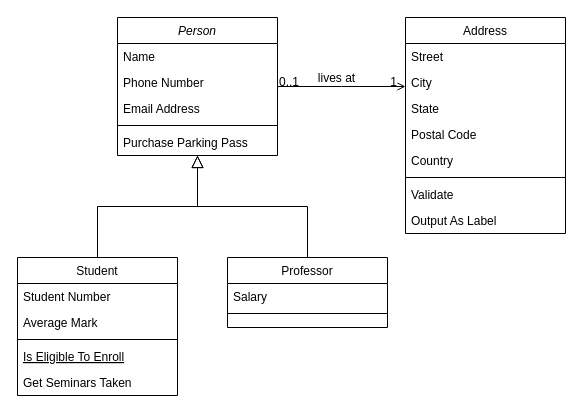
This is Class diagram.drawio from oneoneteam/perpus-digital, a draw.io file, before an edit. Source tidied: cells renumbered, new cells numbered last; positions are measured from the earlier drawing's top-left corner, leaving out a move shared by most shapes. Both pictures are drawn from the tidied source at 100%, with x=0, y=0 at pixel (17, 17).
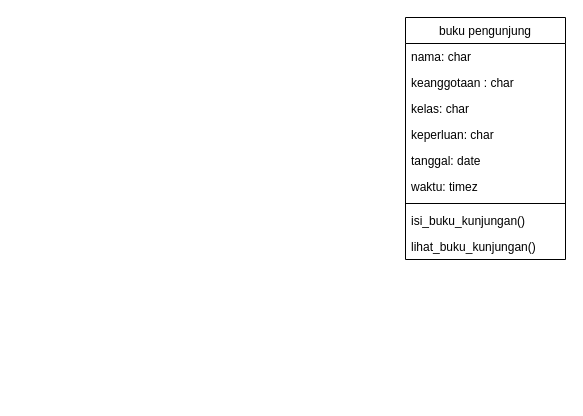
The same diagram, later.

Commit message:
membuat  use diagramdrawio

What changed in the source:
```diff
@@
-    <mxCell id="2" value="Person" style="swimlane;fontStyle=2;align=center;verticalAlign=top;horizontal=1;startSize=26;rounded=0;shadow=0;strokeWidth=1;" parent="1" vertex="1">
-      <mxGeometry x="100" width="160" height="138" as="geometry" />
-    </mxCell>
-    <mxCell id="3" value="Name" style="text;align=left;verticalAlign=top;spacingLeft=4;spacingRight=4;overflow=hidden;" parent="2" vertex="1">
-      <mxGeometry y="26" width="160" height="26" as="geometry" />
-    </mxCell>
-    <mxCell id="4" value="Phone Number" style="text;align=left;verticalAlign=top;spacingLeft=4;spacingRight=4;overflow=hidden;rounded=0;shadow=0;html=0;" parent="2" vertex="1">
-      <mxGeometry y="52" width="160" height="26" as="geometry" />
-    </mxCell>
-    <mxCell id="5" value="Email Address" style="text;align=left;verticalAlign=top;spacingLeft=4;spacingRight=4;overflow=hidden;rounded=0;shadow=0;html=0;" parent="2" vertex="1">
-      <mxGeometry y="78" width="160" height="26" as="geometry" />
-    </mxCell>
-    <mxCell id="6" style="line;html=1;strokeWidth=1;align=left;verticalAlign=middle;spacingTop=-1;spacingLeft=3;spacingRight=3;labelPosition=right;" parent="2" vertex="1">
-      <mxGeometry y="104" width="160" height="8" as="geometry" />
-    </mxCell>
-    <mxCell id="7" value="Purchase Parking Pass" style="text;align=left;verticalAlign=top;spacingLeft=4;spacingRight=4;overflow=hidden;" parent="2" vertex="1">
-      <mxGeometry y="112" width="160" height="26" as="geometry" />
-    </mxCell>
-    <mxCell id="8" value="Student" style="swimlane;fontStyle=0;align=center;verticalAlign=top;horizontal=1;startSize=26;rounded=0;shadow=0;strokeWidth=1;" parent="1" vertex="1">
-      <mxGeometry y="240" width="160" height="138" as="geometry" />
-    </mxCell>
-    <mxCell id="9" value="Student Number" style="text;align=left;verticalAlign=top;spacingLeft=4;spacingRight=4;overflow=hidden;" parent="8" vertex="1">
-      <mxGeometry y="26" width="160" height="26" as="geometry" />
-    </mxCell>
-    <mxCell id="10" value="Average Mark" style="text;align=left;verticalAlign=top;spacingLeft=4;spacingRight=4;overflow=hidden;rounded=0;shadow=0;html=0;" parent="8" vertex="1">
-      <mxGeometry y="52" width="160" height="26" as="geometry" />
-    </mxCell>
-    <mxCell id="11" style="line;html=1;strokeWidth=1;align=left;verticalAlign=middle;spacingTop=-1;spacingLeft=3;spacingRight=3;labelPosition=right;" parent="8" vertex="1">
-      <mxGeometry y="78" width="160" height="8" as="geometry" />
-    </mxCell>
-    <mxCell id="12" value="Is Eligible To Enroll" style="text;align=left;verticalAlign=top;spacingLeft=4;spacingRight=4;overflow=hidden;fontStyle=4;" parent="8" vertex="1">
-      <mxGeometry y="86" width="160" height="26" as="geometry" />
-    </mxCell>
-    <mxCell id="13" value="Get Seminars Taken" style="text;align=left;verticalAlign=top;spacingLeft=4;spacingRight=4;overflow=hidden;" parent="8" vertex="1">
-      <mxGeometry y="112" width="160" height="26" as="geometry" />
-    </mxCell>
-    <mxCell id="14" style="endArrow=block;endSize=10;endFill=0;shadow=0;strokeWidth=1;rounded=0;edgeStyle=elbowEdgeStyle;elbow=vertical;" parent="1" edge="1" source="8" target="2">
-      <mxGeometry relative="1" as="geometry" />
-    </mxCell>
-    <mxCell id="15" value="Professor" style="swimlane;fontStyle=0;align=center;verticalAlign=top;horizontal=1;startSize=26;rounded=0;shadow=0;strokeWidth=1;" parent="1" vertex="1">
-      <mxGeometry x="210" y="240" width="160" height="70" as="geometry" />
-    </mxCell>
-    <mxCell id="16" value="Salary" style="text;align=left;verticalAlign=top;spacingLeft=4;spacingRight=4;overflow=hidden;" parent="15" vertex="1">
-      <mxGeometry y="26" width="160" height="26" as="geometry" />
-    </mxCell>
-    <mxCell id="17" style="line;html=1;strokeWidth=1;align=left;verticalAlign=middle;spacingTop=-1;spacingLeft=3;spacingRight=3;labelPosition=right;" parent="15" vertex="1">
-      <mxGeometry y="52" width="160" height="8" as="geometry" />
-    </mxCell>
-    <mxCell id="18" style="endArrow=block;endSize=10;endFill=0;shadow=0;strokeWidth=1;rounded=0;edgeStyle=elbowEdgeStyle;elbow=vertical;" parent="1" edge="1" source="15" target="2">
-      <mxGeometry relative="1" as="geometry" />
-    </mxCell>
-    <mxCell id="19" value="Address" style="swimlane;fontStyle=0;align=center;verticalAlign=top;horizontal=1;startSize=26;rounded=0;shadow=0;strokeWidth=1;" parent="1" vertex="1">
-      <mxGeometry x="388" width="160" height="216" as="geometry" />
+    <mxCell id="19" value="buku pengunjung&#10;" style="swimlane;fontStyle=0;align=center;verticalAlign=top;horizontal=1;startSize=26;rounded=0;shadow=0;strokeWidth=1;" parent="1" vertex="1">
+      <mxGeometry x="388" width="160" height="242" as="geometry" />
     </mxCell>
-    <mxCell id="20" value="Street" style="text;align=left;verticalAlign=top;spacingLeft=4;spacingRight=4;overflow=hidden;" parent="19" vertex="1">
+    <mxCell id="20" value="nama: char" style="text;align=left;verticalAlign=top;spacingLeft=4;spacingRight=4;overflow=hidden;" parent="19" vertex="1">
       <mxGeometry y="26" width="160" height="26" as="geometry" />
     </mxCell>
-    <mxCell id="21" value="City" style="text;align=left;verticalAlign=top;spacingLeft=4;spacingRight=4;overflow=hidden;rounded=0;shadow=0;html=0;" parent="19" vertex="1">
+    <mxCell id="21" value="keanggotaan : char" style="text;align=left;verticalAlign=top;spacingLeft=4;spacingRight=4;overflow=hidden;rounded=0;shadow=0;html=0;" parent="19" vertex="1">
       <mxGeometry y="52" width="160" height="26" as="geometry" />
     </mxCell>
-    <mxCell id="22" value="State" style="text;align=left;verticalAlign=top;spacingLeft=4;spacingRight=4;overflow=hidden;rounded=0;shadow=0;html=0;" parent="19" vertex="1">
+    <mxCell id="22" value="kelas: char" style="text;align=left;verticalAlign=top;spacingLeft=4;spacingRight=4;overflow=hidden;rounded=0;shadow=0;html=0;" parent="19" vertex="1">
       <mxGeometry y="78" width="160" height="26" as="geometry" />
     </mxCell>
-    <mxCell id="23" value="Postal Code" style="text;align=left;verticalAlign=top;spacingLeft=4;spacingRight=4;overflow=hidden;rounded=0;shadow=0;html=0;" parent="19" vertex="1">
+    <mxCell id="23" value="keperluan: char" style="text;align=left;verticalAlign=top;spacingLeft=4;spacingRight=4;overflow=hidden;rounded=0;shadow=0;html=0;" parent="19" vertex="1">
       <mxGeometry y="104" width="160" height="26" as="geometry" />
     </mxCell>
-    <mxCell id="24" value="Country" style="text;align=left;verticalAlign=top;spacingLeft=4;spacingRight=4;overflow=hidden;rounded=0;shadow=0;html=0;" parent="19" vertex="1">
-      <mxGeometry y="130" width="160" height="26" as="geometry" />
-    </mxCell>
+    <mxCell id="32" value="tanggal: date" style="text;align=left;verticalAlign=top;spacingLeft=4;spacingRight=4;overflow=hidden;rounded=0;shadow=0;html=0;" parent="19" vertex="1">
+      <mxGeometry y="130" width="160" height="26" as="geometry" />
+    </mxCell>
+    <mxCell id="33" value="waktu: timez" style="text;align=left;verticalAlign=top;spacingLeft=4;spacingRight=4;overflow=hidden;rounded=0;shadow=0;html=0;" parent="19" vertex="1">
+      <mxGeometry y="156" width="160" height="26" as="geometry" />
+    </mxCell>
     <mxCell id="25" style="line;html=1;strokeWidth=1;align=left;verticalAlign=middle;spacingTop=-1;spacingLeft=3;spacingRight=3;labelPosition=right;" parent="19" vertex="1">
-      <mxGeometry y="156" width="160" height="8" as="geometry" />
+      <mxGeometry y="182" width="160" height="8" as="geometry" />
     </mxCell>
-    <mxCell id="26" value="Validate" style="text;align=left;verticalAlign=top;spacingLeft=4;spacingRight=4;overflow=hidden;" parent="19" vertex="1">
-      <mxGeometry y="164" width="160" height="26" as="geometry" />
+    <mxCell id="26" value="isi_buku_kunjungan()" style="text;align=left;verticalAlign=top;spacingLeft=4;spacingRight=4;overflow=hidden;" parent="19" vertex="1">
+      <mxGeometry y="190" width="160" height="26" as="geometry" />
     </mxCell>
-    <mxCell id="27" value="Output As Label" style="text;align=left;verticalAlign=top;spacingLeft=4;spacingRight=4;overflow=hidden;" parent="19" vertex="1">
-      <mxGeometry y="190" width="160" height="26" as="geometry" />
+    <mxCell id="27" value="lihat_buku_kunjungan()" style="text;align=left;verticalAlign=top;spacingLeft=4;spacingRight=4;overflow=hidden;" parent="19" vertex="1">
+      <mxGeometry y="216" width="160" height="26" as="geometry" />
     </mxCell>
-    <mxCell id="28" style="endArrow=open;shadow=0;strokeWidth=1;rounded=0;endFill=1;edgeStyle=elbowEdgeStyle;elbow=vertical;" parent="1" edge="1" source="2" target="19">
-      <mxGeometry x="0.5" y="41" relative="1" as="geometry">
-        <mxPoint x="-40" y="32" as="offset" />
-      </mxGeometry>
-    </mxCell>
-    <mxCell id="29" value="0..1" style="align=left;verticalAlign=bottom;labelBackgroundColor=none;fontSize=12;" parent="28" vertex="1">
-      <mxGeometry x="-1" relative="1" as="geometry">
-        <mxPoint y="4" as="offset" />
-      </mxGeometry>
-    </mxCell>
-    <mxCell id="30" value="1" style="align=right;verticalAlign=bottom;labelBackgroundColor=none;fontSize=12;" parent="28" vertex="1">
-      <mxGeometry x="1" relative="1" as="geometry">
-        <mxPoint x="-7" y="4" as="offset" />
-      </mxGeometry>
-    </mxCell>
-    <mxCell id="31" value="lives at" style="text;html=1;align=center;verticalAlign=middle;labelBackgroundColor=none;rounded=0;shadow=0;strokeWidth=1;fontSize=12;" parent="28" vertex="1">
-      <mxGeometry x="0.5" y="49" relative="1" as="geometry">
-        <mxPoint x="-38" y="40" as="offset" />
-      </mxGeometry>
-    </mxCell>
```
